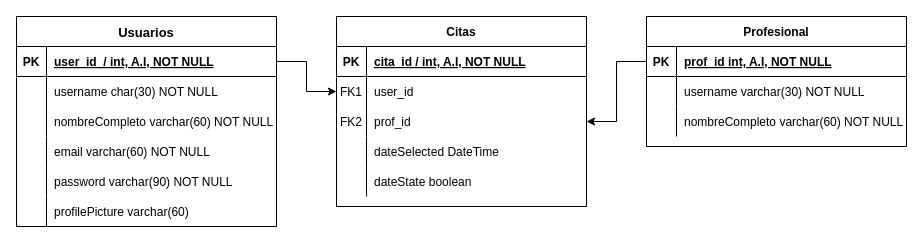
This is Untitled Diagram.drawio from Eat-Fit/ERM-DB, a draw.io file, before an edit. Source tidied: cells renumbered, new cells numbered last; positions are measured from the earlier drawing's top-left corner, leaving out a move shared by most shapes. Both pictures are drawn from the tidied source at 100%, with x=0, y=0 at pixel (16, 16).
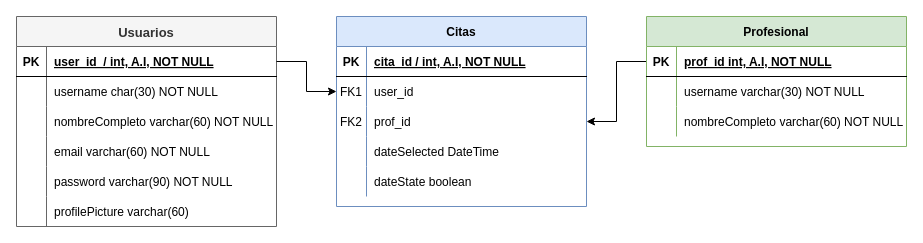
The same diagram, later.

The edit, as a diff of the source:
```diff
@@
-    <mxCell id="2" value="Usuarios" style="shape=table;startSize=30;childLayout=tableLayout;rowLines=0;fontStyle=1;align=center;fontSize=13;" parent="1" vertex="1">
+    <mxCell id="2" value="Usuarios" style="shape=table;startSize=30;childLayout=tableLayout;rowLines=0;fontStyle=1;align=center;fontSize=13;fillColor=#f5f5f5;strokeColor=#666666;fontColor=#333333;" parent="1" vertex="1">
       <mxGeometry width="260" height="210" as="geometry" />
     </mxCell>
@@
-    <mxCell id="23" value="Profesional" style="shape=table;startSize=30;childLayout=tableLayout;rowLines=0;fontStyle=1;align=center;" parent="1" vertex="1">
+    <mxCell id="23" value="Profesional" style="shape=table;startSize=30;childLayout=tableLayout;rowLines=0;fontStyle=1;align=center;fillColor=#d5e8d4;strokeColor=#82b366;" parent="1" vertex="1">
       <mxGeometry x="630" width="260" height="130" as="geometry" />
     </mxCell>
@@
-    <mxCell id="33" value="Citas" style="shape=table;startSize=30;childLayout=tableLayout;rowLines=0;fontStyle=1;align=center;" parent="1" vertex="1">
+    <mxCell id="33" value="Citas" style="shape=table;startSize=30;childLayout=tableLayout;rowLines=0;fontStyle=1;align=center;fillColor=#dae8fc;strokeColor=#6c8ebf;" parent="1" vertex="1">
       <mxGeometry x="320" width="250" height="190" as="geometry" />
     </mxCell>
```
